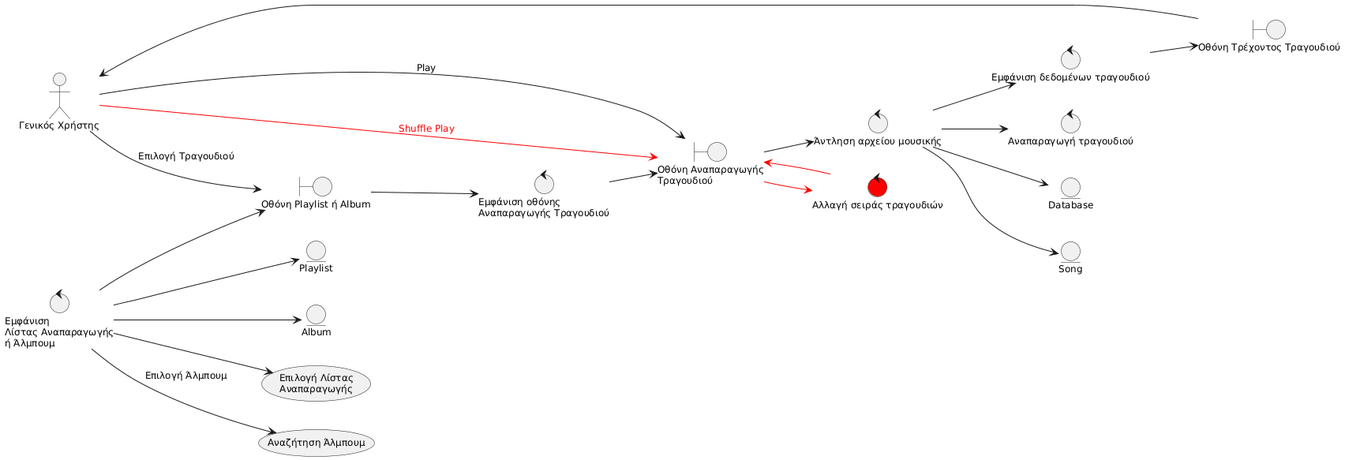
Above: Paradoteo_4/Robustness-diagrams-v0.3/3. Play Song from Album-Playlist.png in RubenKingCP/Tunix (PlantUML), before the change. Source of this version:
```plantuml
@startuml
skinparam defaultFontSize 12
left to right direction

actor "Γενικός Χρήστης" as GX

boundary "Οθόνη Playlist ή Album" as B_PL
boundary "Οθόνη Αναπαραγωγής\nΤραγουδιού" as B_PLY
boundary "Οθόνη Τρέχοντος Τραγουδιού" as B_CPLY

control "Εμφάνιση\nΛίστας Αναπαραγωγής\nή Άλμπουμ" as  C_DPL
control "Εμφάνιση οθόνης\nΑναπαραγωγής Τραγουδιού" as C_PLY
control "Άντληση αρχείου μουσικής" as C_SG
control "Εμφάνιση δεδομένων τραγουδιού" as C_SGD
control "Αναπαραγωγή τραγουδιού" as C_PLAY
control "Αλλαγή σειράς τραγουδιών" as C_SH #red

entity "Playlist" as E_PL
entity "Album" as E_ALB
entity "Database" as E_DB
entity "Song" as E_SG

usecase "Επιλογή Λίστας\nΑναπαραγωγής" as UC_SPL
usecase "Αναζήτηση Άλμπουμ" as UC_ALB

C_DPL --> UC_SPL
C_DPL --> UC_ALB : "Επιλογή Άλμπουμ"
C_DPL --> E_PL
C_DPL --> E_ALB
C_DPL --> B_PL
GX --> B_PL :"Επιλογή Τραγουδιού"
B_PL --> C_PLY
C_PLY --> B_PLY
GX --> B_PLY : "Play"
B_PLY --> C_SG
C_SG --> E_DB
C_SG --> E_SG
C_SG --> C_PLAY
C_SG --> C_SGD
C_SGD --> B_CPLY
B_CPLY --> GX
GX -[#red]-> B_PLY : <font color="red">Shuffle Play</font>
B_PLY -[#red]-> C_SH
C_SH -[#red]-> B_PLY
@enduml
```
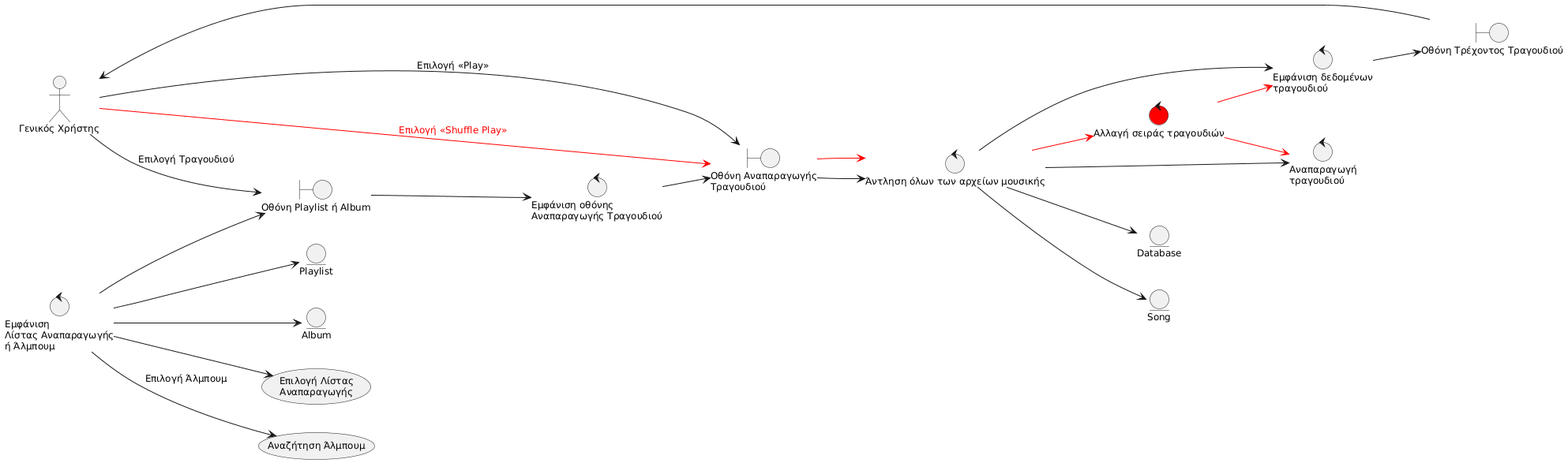
After the change.

The edit, as a diff of the source:
```diff
@@ -10,9 +10,9 @@
 
 control "Εμφάνιση\nΛίστας Αναπαραγωγής\nή Άλμπουμ" as  C_DPL
 control "Εμφάνιση οθόνης\nΑναπαραγωγής Τραγουδιού" as C_PLY
-control "Άντληση αρχείου μουσικής" as C_SG
-control "Εμφάνιση δεδομένων τραγουδιού" as C_SGD
-control "Αναπαραγωγή τραγουδιού" as C_PLAY
+control "Άντληση όλων των αρχείων μουσικής" as C_SG
+control "Εμφάνιση δεδομένων\nτραγουδιού" as C_SGD
+control "Αναπαραγωγή\nτραγουδιού" as C_PLAY
 control "Αλλαγή σειράς τραγουδιών" as C_SH #red
 
 entity "Playlist" as E_PL
@@ -31,7 +31,7 @@
 GX --> B_PL :"Επιλογή Τραγουδιού"
 B_PL --> C_PLY
 C_PLY --> B_PLY
-GX --> B_PLY : "Play"
+GX --> B_PLY : "Επιλογή <<Play>>"
 B_PLY --> C_SG
 C_SG --> E_DB
 C_SG --> E_SG
@@ -39,7 +39,9 @@
 C_SG --> C_SGD
 C_SGD --> B_CPLY
 B_CPLY --> GX
-GX -[#red]-> B_PLY : <font color="red">Shuffle Play</font>
-B_PLY -[#red]-> C_SH
-C_SH -[#red]-> B_PLY
+GX -[#red]-> B_PLY : <font color="red">Επιλογή <<Shuffle Play>></font>
+B_PLY -[#red]->  C_SG
+C_SG -[#red]-> C_SH
+C_SH -[#red]-> C_PLAY
+C_SH -[#red]-> C_SGD
 @enduml
```
